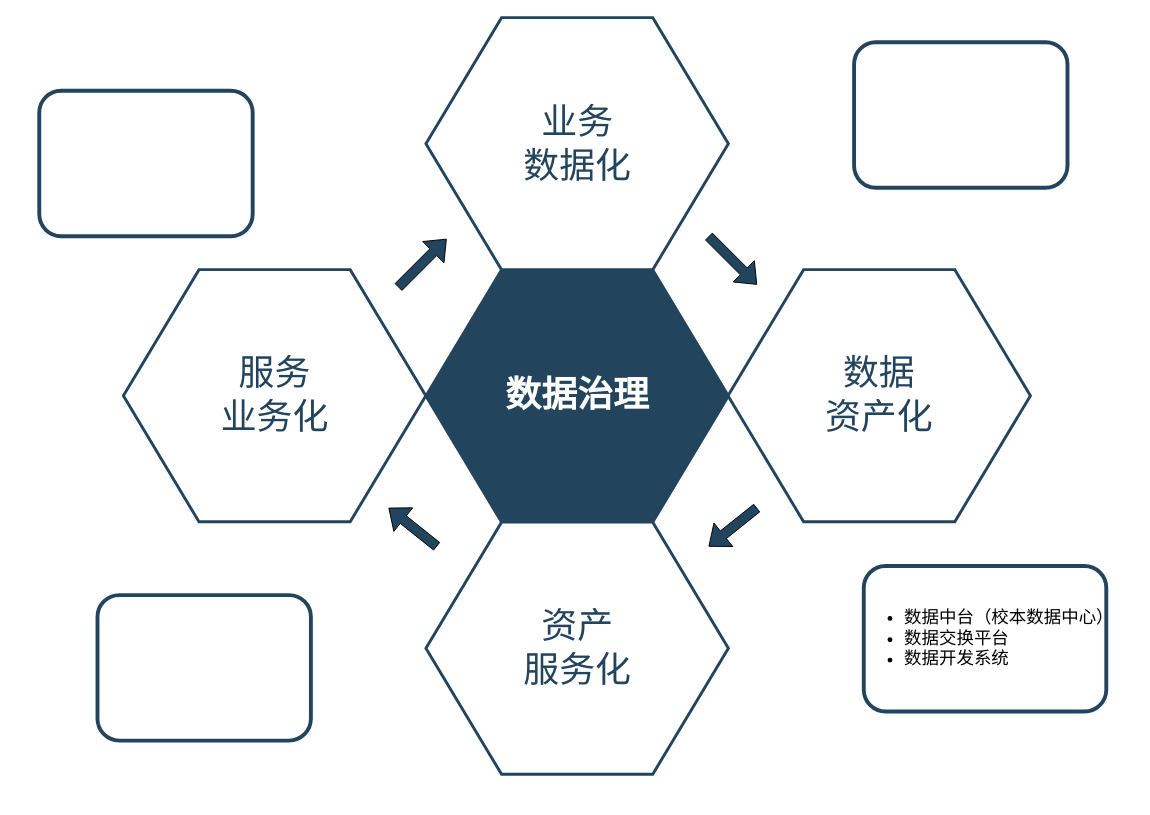
Before: EDU/校本数据中心.drawio in redcomet88/DRAW, a draw.io diagram. Source tidied: cells renumbered, new cells numbered last; positions are measured from the earlier drawing's top-left corner, leaving out a move shared by most shapes. Both pictures are drawn from the tidied source at 97%, with x=0, y=0 at pixel (39, 17).
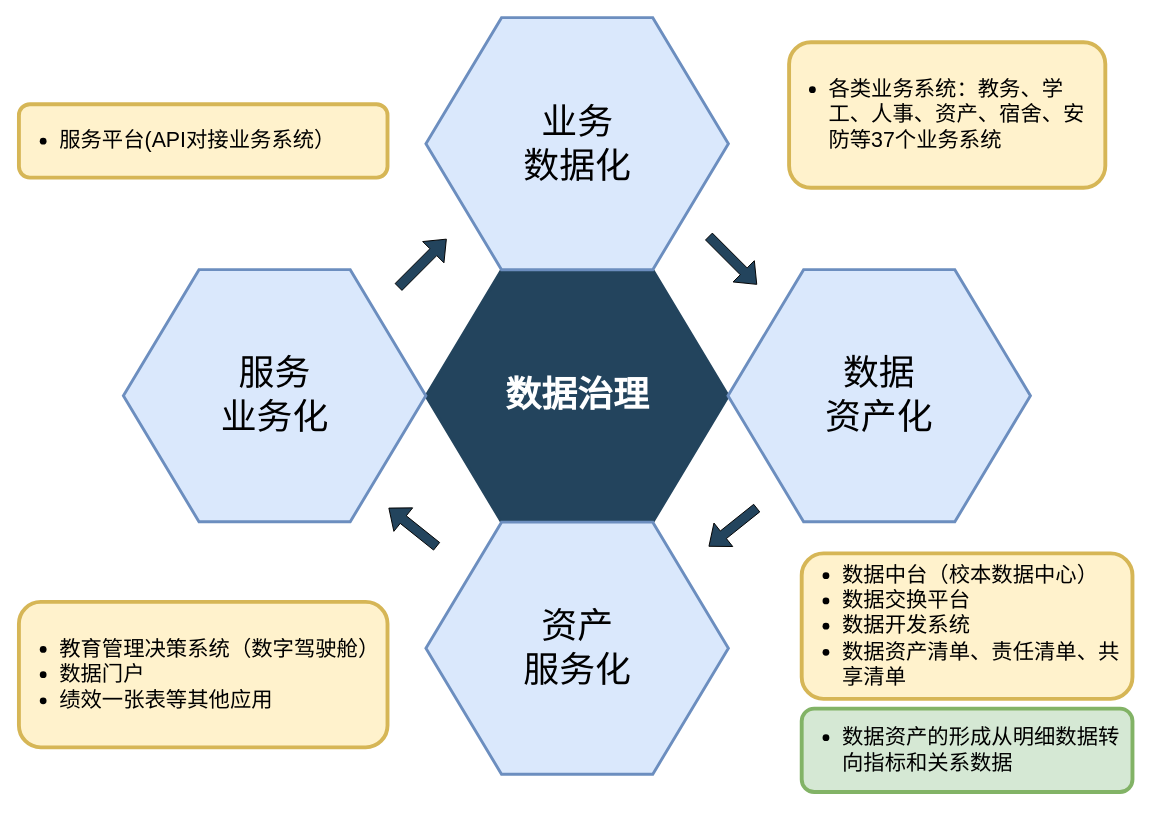
The same diagram, later.

Commit message (it also covers changes not shown here):
更新校本数据中心.drawio

Diff of the diagram source:
```diff
@@
-    <mxCell id="2" value="&lt;font color=&quot;#ffffff&quot; style=&quot;font-size: 37px;&quot;&gt;&lt;span style=&quot;font-size: 37px;&quot;&gt;&lt;b style=&quot;font-size: 37px;&quot;&gt;数据治理&lt;/b&gt;&lt;/span&gt;&lt;/font&gt;" style="shape=hexagon;perimeter=hexagonPerimeter2;whiteSpace=wrap;html=1;shadow=0;labelBackgroundColor=none;strokeColor=#23445D;fillColor=#23445D;gradientColor=none;fontFamily=Helvetica;fontSize=37;fontColor=#23445d;align=center;strokeWidth=3;" parent="1" vertex="1">
+    <mxCell id="2" value="&lt;font color=&quot;#ffffff&quot; style=&quot;font-size: 37px;&quot;&gt;&lt;span style=&quot;font-size: 37px;&quot;&gt;&lt;b style=&quot;font-size: 37px;&quot;&gt;数据治理&lt;br&gt;&lt;/b&gt;&lt;/span&gt;&lt;/font&gt;" style="shape=hexagon;perimeter=hexagonPerimeter2;whiteSpace=wrap;html=1;shadow=0;labelBackgroundColor=none;strokeColor=#23445D;fillColor=#23445D;gradientColor=none;fontFamily=Helvetica;fontSize=37;fontColor=#23445d;align=center;strokeWidth=3;" parent="1" vertex="1">
       <mxGeometry x="398.6" y="259.8" width="311.8" height="259.9" as="geometry" />
     </mxCell>
@@
-    <mxCell id="4" value="&lt;font style=&quot;font-size: 37px;&quot;&gt;业务&lt;br style=&quot;font-size: 37px;&quot;&gt;数据化&lt;/font&gt;" style="shape=hexagon;perimeter=hexagonPerimeter2;whiteSpace=wrap;html=1;shadow=0;labelBackgroundColor=none;strokeColor=#23445D;fillColor=#ffffff;gradientColor=none;fontFamily=Helvetica;fontSize=37;fontColor=#23445D;align=center;strokeWidth=3;" parent="1" vertex="1">
+    <mxCell id="4" value="&lt;font style=&quot;font-size: 37px;&quot;&gt;业务&lt;br style=&quot;font-size: 37px;&quot;&gt;数据化&lt;/font&gt;" style="shape=hexagon;perimeter=hexagonPerimeter2;whiteSpace=wrap;html=1;shadow=0;labelBackgroundColor=none;strokeColor=#6c8ebf;fillColor=#dae8fc;fontFamily=Helvetica;fontSize=37;align=center;strokeWidth=3;" parent="1" vertex="1">
       <mxGeometry x="398.6" y="-0.3" width="311.8" height="259.9" as="geometry" />
     </mxCell>
-    <mxCell id="5" value="&lt;font style=&quot;font-size: 37px;&quot;&gt;数据&lt;br style=&quot;font-size: 37px;&quot;&gt;资产化&lt;/font&gt;" style="shape=hexagon;perimeter=hexagonPerimeter2;whiteSpace=wrap;html=1;shadow=0;labelBackgroundColor=none;strokeColor=#23445D;fillColor=#FFFFFF;gradientColor=none;fontFamily=Helvetica;fontSize=37;fontColor=#23445d;align=center;strokeWidth=3;" parent="1" vertex="1">
+    <mxCell id="5" value="&lt;font style=&quot;font-size: 37px;&quot;&gt;数据&lt;br style=&quot;font-size: 37px;&quot;&gt;资产化&lt;/font&gt;" style="shape=hexagon;perimeter=hexagonPerimeter2;whiteSpace=wrap;html=1;shadow=0;labelBackgroundColor=none;strokeColor=#6c8ebf;fillColor=#dae8fc;fontFamily=Helvetica;fontSize=37;align=center;strokeWidth=3;" parent="1" vertex="1">
       <mxGeometry x="710" y="259.5" width="311.8" height="259.9" as="geometry" />
     </mxCell>
-    <mxCell id="6" value="&lt;font style=&quot;font-size: 37px;&quot;&gt;资产&lt;br style=&quot;font-size: 37px;&quot;&gt;服务化&lt;/font&gt;" style="shape=hexagon;perimeter=hexagonPerimeter2;whiteSpace=wrap;html=1;shadow=0;labelBackgroundColor=none;strokeColor=#23445D;fillColor=#FFFFFF;gradientColor=none;fontFamily=Helvetica;fontSize=37;fontColor=#23445d;align=center;strokeWidth=3;" parent="1" vertex="1">
+    <mxCell id="6" value="&lt;font style=&quot;font-size: 37px;&quot;&gt;资产&lt;br style=&quot;font-size: 37px;&quot;&gt;服务化&lt;/font&gt;" style="shape=hexagon;perimeter=hexagonPerimeter2;whiteSpace=wrap;html=1;shadow=0;labelBackgroundColor=none;strokeColor=#6c8ebf;fillColor=#dae8fc;fontFamily=Helvetica;fontSize=37;align=center;strokeWidth=3;" parent="1" vertex="1">
       <mxGeometry x="398.6" y="519.8" width="311.8" height="259.9" as="geometry" />
     </mxCell>
-    <mxCell id="7" value="&lt;font style=&quot;font-size: 37px;&quot;&gt;服务&lt;br style=&quot;font-size: 37px;&quot;&gt;业务化&lt;br style=&quot;font-size: 37px;&quot;&gt;&lt;/font&gt;" style="shape=hexagon;perimeter=hexagonPerimeter2;whiteSpace=wrap;html=1;shadow=0;labelBackgroundColor=none;strokeColor=#23445D;fillColor=#ffffff;gradientColor=none;fontFamily=Helvetica;fontSize=37;fontColor=#23445D;align=center;strokeWidth=3;" parent="1" vertex="1">
+    <mxCell id="7" value="&lt;font style=&quot;font-size: 37px;&quot;&gt;服务&lt;br style=&quot;font-size: 37px;&quot;&gt;业务化&lt;br style=&quot;font-size: 37px;&quot;&gt;&lt;/font&gt;" style="shape=hexagon;perimeter=hexagonPerimeter2;whiteSpace=wrap;html=1;shadow=0;labelBackgroundColor=none;strokeColor=#6c8ebf;fillColor=#dae8fc;fontFamily=Helvetica;fontSize=37;align=center;strokeWidth=3;" parent="1" vertex="1">
       <mxGeometry x="86.7" y="259.5" width="311.8" height="259.9" as="geometry" />
     </mxCell>
@@
-    <mxCell id="12" style="rounded=1;whiteSpace=wrap;html=1;fillColor=none;strokeColor=#23445d;strokeWidth=4;" parent="1" vertex="1">
-      <mxGeometry x="60" y="595" width="220" height="150" as="geometry" />
-    </mxCell>
-    <mxCell id="13" style="rounded=1;whiteSpace=wrap;html=1;fillColor=none;strokeColor=#23445d;strokeWidth=4;" parent="1" vertex="1">
-      <mxGeometry y="75" width="220" height="150" as="geometry" />
-    </mxCell>
-    <mxCell id="14" style="rounded=1;whiteSpace=wrap;html=1;fillColor=none;strokeColor=#23445d;strokeWidth=4;" parent="1" vertex="1">
-      <mxGeometry x="840" y="25" width="220" height="150" as="geometry" />
+    <mxCell id="14" value="&lt;ul style=&quot;border-color: var(--border-color); text-align: left; font-size: 22px;&quot;&gt;&lt;li style=&quot;border-color: var(--border-color);&quot;&gt;各类业务系统：教务、学工、人事、资产、宿舍、安防等37个业务系统&lt;/li&gt;&lt;/ul&gt;" style="rounded=1;whiteSpace=wrap;html=1;fillColor=#fff2cc;strokeColor=#d6b656;strokeWidth=4;" parent="1" vertex="1">
+      <mxGeometry x="773" y="25" width="326" height="150" as="geometry" />
     </mxCell>
-    <mxCell id="15" value="&lt;ul style=&quot;font-size: 18px;&quot;&gt;&lt;li&gt;数据中台（校本数据中心）&lt;/li&gt;&lt;li&gt;数据交换平台&lt;/li&gt;&lt;li&gt;数据开发系统&lt;/li&gt;&lt;/ul&gt;" style="rounded=1;whiteSpace=wrap;html=1;fillColor=none;strokeColor=#23445d;strokeWidth=4;align=left;" parent="1" vertex="1">
-      <mxGeometry x="850" y="565" width="250" height="150" as="geometry" />
+    <mxCell id="15" value="&lt;ul style=&quot;font-size: 22px;&quot;&gt;&lt;li&gt;数据中台（校本数据中心）&lt;/li&gt;&lt;li&gt;数据交换平台&lt;/li&gt;&lt;li&gt;数据开发系统&lt;/li&gt;&lt;li&gt;数据资产清单、责任清单、共享清单&lt;/li&gt;&lt;/ul&gt;" style="rounded=1;whiteSpace=wrap;html=1;fillColor=#fff2cc;strokeColor=#d6b656;strokeWidth=4;align=left;" parent="1" vertex="1">
+      <mxGeometry x="786" y="552" width="341" height="150" as="geometry" />
     </mxCell>
+    <mxCell id="16" value="&lt;ul style=&quot;font-size: 22px;&quot;&gt;&lt;li&gt;数据资产的形成从明细数据转向指标和关系数据&lt;/li&gt;&lt;/ul&gt;" style="rounded=1;whiteSpace=wrap;html=1;fillColor=#d5e8d4;strokeColor=#82b366;strokeWidth=4;align=left;" parent="1" vertex="1">
+      <mxGeometry x="786" y="712" width="341" height="86" as="geometry" />
+    </mxCell>
+    <mxCell id="17" value="&lt;ul style=&quot;font-size: 22px;&quot;&gt;&lt;li&gt;教育管理决策系统（数字驾驶舱）&lt;/li&gt;&lt;li&gt;数据门户&lt;/li&gt;&lt;li&gt;绩效一张表等其他应用&lt;/li&gt;&lt;/ul&gt;" style="rounded=1;whiteSpace=wrap;html=1;fillColor=#fff2cc;strokeColor=#d6b656;strokeWidth=4;align=left;" parent="1" vertex="1">
+      <mxGeometry x="-21" y="602" width="380" height="150" as="geometry" />
+    </mxCell>
+    <mxCell id="18" value="&lt;ul style=&quot;font-size: 22px;&quot;&gt;&lt;li&gt;服务平台(API对接业务系统）&lt;/li&gt;&lt;/ul&gt;" style="rounded=1;whiteSpace=wrap;html=1;fillColor=#fff2cc;strokeColor=#d6b656;strokeWidth=4;align=left;" parent="1" vertex="1">
+      <mxGeometry x="-21" y="89" width="380" height="75.6" as="geometry" />
+    </mxCell>
```
